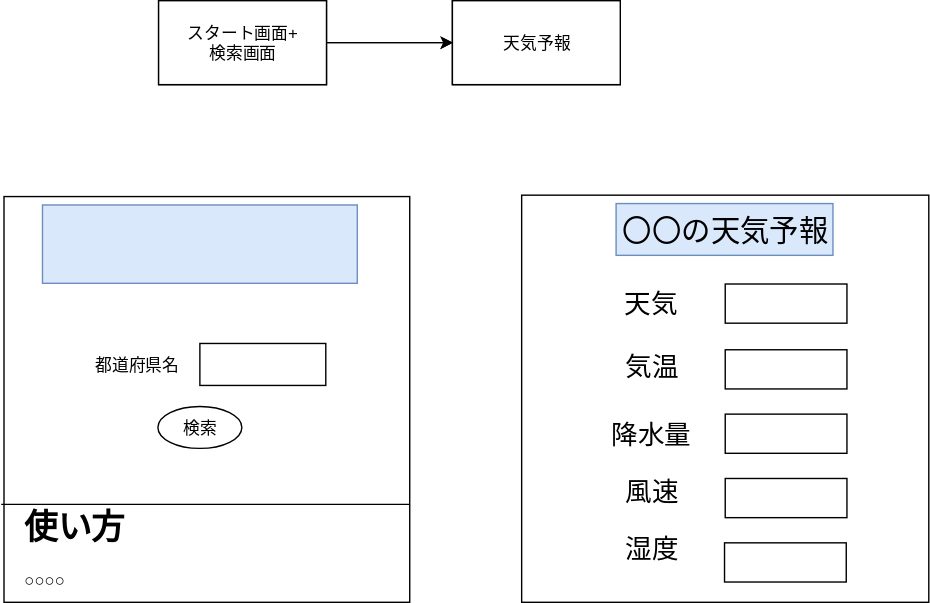
Before: documents/page-design.drawio.svg, a diagram exported from draw.io (422016Miran/mu-psd-03). Source tidied: cells renumbered, new cells last; positions are measured from the earlier drawing's top-left corner, leaving out a move shared by most shapes.
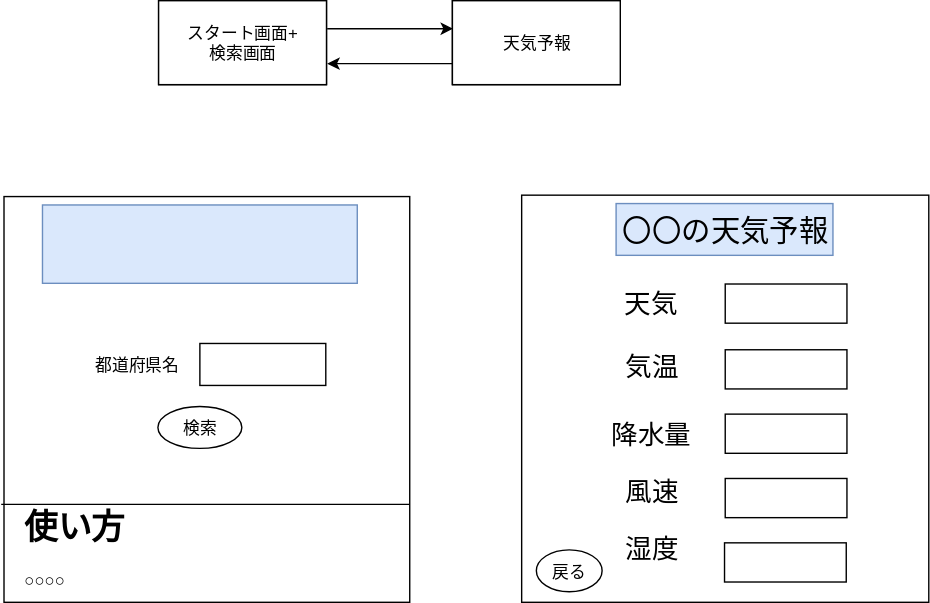
After the commit.

Change to the diagram source:
```diff
@@ -8,8 +8,11 @@
         <mxPoint x="152" y="30" as="targetPoint" />
       </mxGeometry>
     </mxCell>
-    <mxCell id="3" style="edgeStyle=orthogonalEdgeStyle;rounded=0;jettySize=auto;html=1;entryX=0;entryY=0.5;entryDx=0;entryDy=0;exitX=1;exitY=0.5;exitDx=0;exitDy=0;" parent="1" edge="1" source="5" target="4">
-      <mxGeometry relative="1" as="geometry" />
+    <mxCell id="3" style="edgeStyle=orthogonalEdgeStyle;rounded=0;orthogonalLoop=1;jettySize=auto;html=1;" parent="1" edge="1">
+      <mxGeometry relative="1" as="geometry">
+        <mxPoint x="233" y="20" as="sourcePoint" />
+        <mxPoint x="323" y="20" as="targetPoint" />
+      </mxGeometry>
     </mxCell>
     <mxCell id="4" value="投稿画面" style="rounded=0;whiteSpace=wrap;html=1;" parent="1" vertex="1">
       <mxGeometry x="322.5" width="120" height="60" as="geometry" />
@@ -41,9 +44,15 @@
         <mxPoint x="152" y="30" as="targetPoint" />
       </mxGeometry>
     </mxCell>
-    <mxCell id="13" style="edgeStyle=orthogonalEdgeStyle;rounded=0;jettySize=auto;html=1;entryX=0;entryY=0.5;entryDx=0;entryDy=0;exitX=1;exitY=0.5;exitDx=0;exitDy=0;" parent="1" edge="1" source="15" target="14">
-      <mxGeometry relative="1" as="geometry" />
+    <mxCell id="13" style="edgeStyle=orthogonalEdgeStyle;rounded=0;orthogonalLoop=1;jettySize=auto;html=1;" parent="1" edge="1">
+      <mxGeometry relative="1" as="geometry">
+        <mxPoint x="233" y="45" as="sourcePoint" />
+        <mxPoint x="233" y="45" as="targetPoint" />
+      </mxGeometry>
     </mxCell>
+    <mxCell id="31" style="edgeStyle=orthogonalEdgeStyle;rounded=0;jettySize=auto;html=1;exitX=0;exitY=0.75;exitDx=0;exitDy=0;entryX=1;entryY=0.75;entryDx=0;entryDy=0;" parent="1" edge="1" source="14" target="15">
+      <mxGeometry relative="1" as="geometry" />
+    </mxCell>
     <mxCell id="14" value="天気予報" style="rounded=0;whiteSpace=wrap;html=1;" parent="1" vertex="1">
       <mxGeometry x="322.5" width="120" height="60" as="geometry" />
     </mxCell>
@@ -95,5 +104,8 @@
     <mxCell id="30" style="line;strokeWidth=1;html=1;" parent="1" vertex="1">
       <mxGeometry y="355" width="292" height="10" as="geometry" />
     </mxCell>
+    <mxCell id="32" value="戻る" style="ellipse;whiteSpace=wrap;html=1;strokeWidth=1;" parent="1" vertex="1">
+      <mxGeometry x="382.5" y="392.5" width="47" height="30" as="geometry" />
+    </mxCell>
   </root>
 </mxGraphModel>
```
